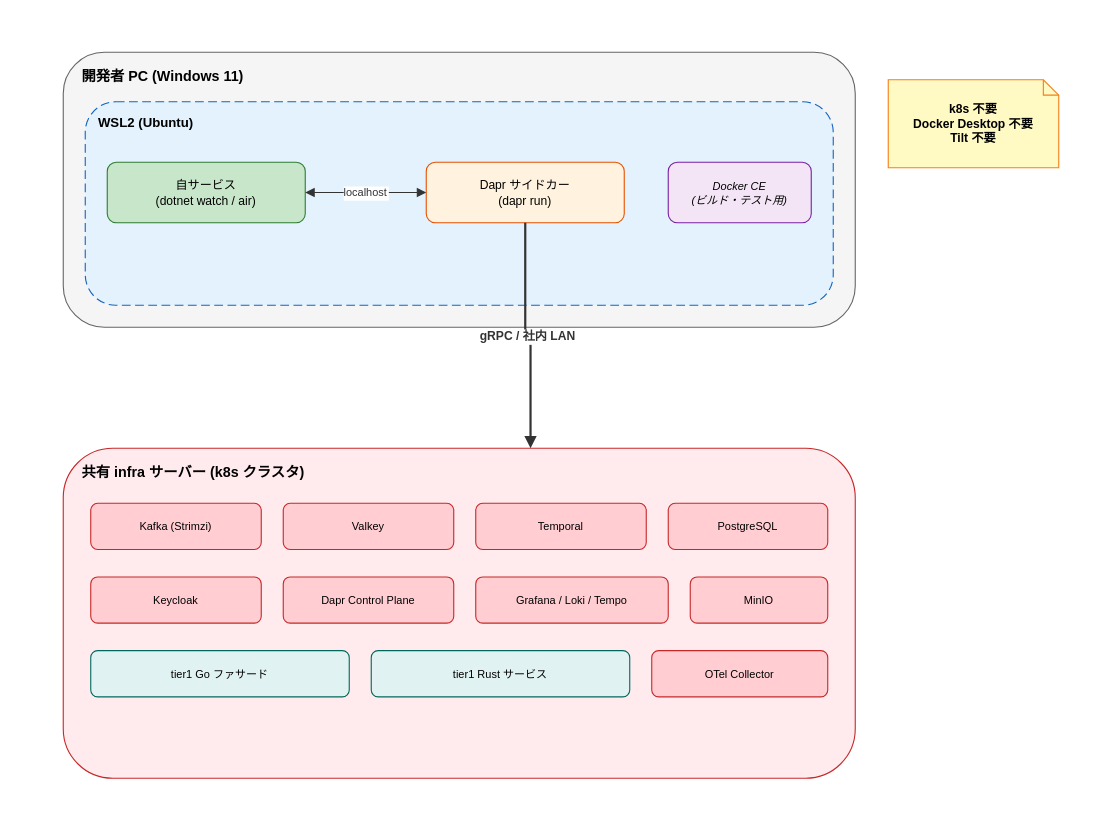
This is docs/01_企画/05_CICDと配信/img/共有開発インフラ構成.drawio from RyuheiKiso/k1s0, a draw.io file, before an edit. Source tidied: cells renumbered, new cells numbered last; positions are measured from the earlier drawing's top-left corner, leaving out a move shared by most shapes. Both pictures are drawn from the tidied source at 110%, with x=0, y=0 at pixel (19, 19).
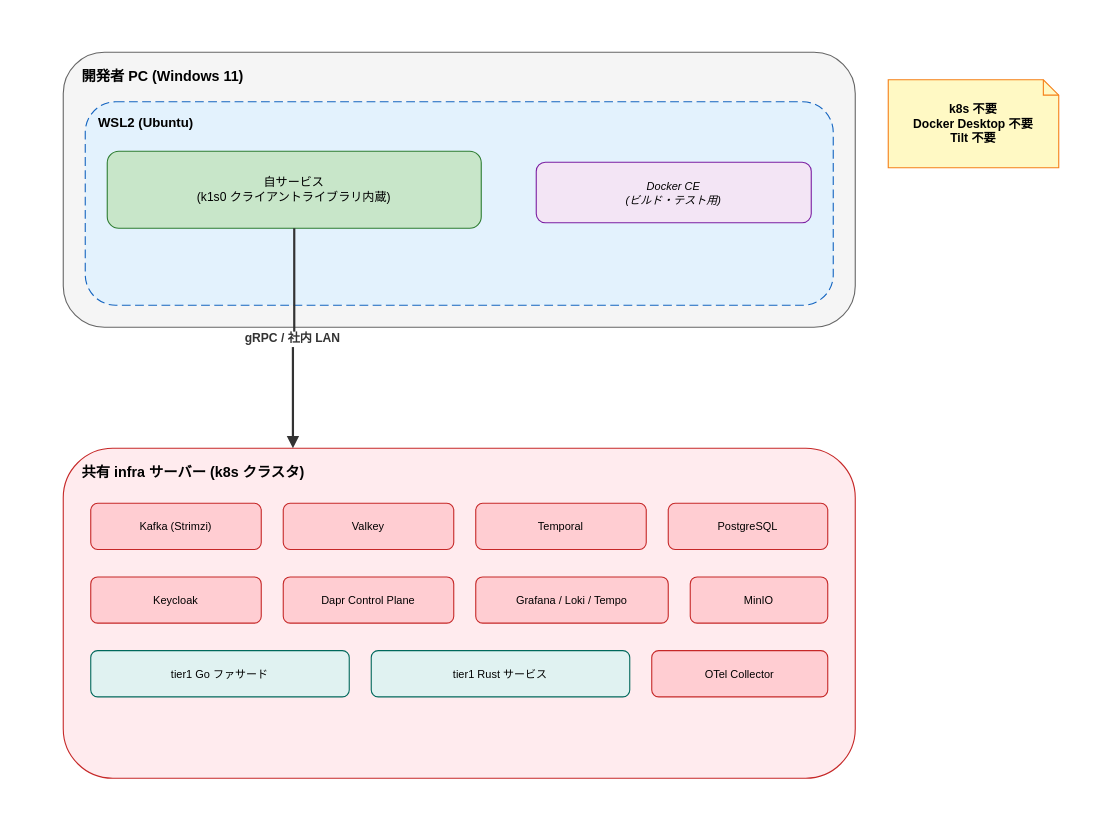
After the change.

The change refers to these unchanged cells:
```xml
<mxCell id="10" value="共有 infra サーバー (k8s クラスタ)" style="rounded=1;whiteSpace=wrap;html=1;fillColor=#FFEBEE;strokeColor=#C62828;fontStyle=1;fontSize=13;verticalAlign=top;align=left;spacingTop=8;spacingLeft=15;" parent="1" vertex="1">
  <mxGeometry x="40" y="390" width="720" height="300" as="geometry" />
</mxCell>
```

Diff of the diagram source:
```diff
@@
-    <mxCell id="5" value="自サービス&#10;(dotnet watch / air)" style="rounded=1;whiteSpace=wrap;html=1;fillColor=#C8E6C9;strokeColor=#2E7D32;fontSize=11;" parent="1" vertex="1">
-      <mxGeometry x="80" y="130" width="180" height="55" as="geometry" />
+    <mxCell id="5" value="自サービス&#10;(k1s0 クライアントライブラリ内蔵)" style="rounded=1;whiteSpace=wrap;html=1;fillColor=#C8E6C9;strokeColor=#2E7D32;fontSize=11;" parent="1" vertex="1">
+      <mxGeometry x="80" y="120" width="340" height="70" as="geometry" />
     </mxCell>
-    <mxCell id="6" value="Dapr サイドカー&#10;(dapr run)" style="rounded=1;whiteSpace=wrap;html=1;fillColor=#FFF3E0;strokeColor=#E65100;fontSize=11;" parent="1" vertex="1">
-      <mxGeometry x="370" y="130" width="180" height="55" as="geometry" />
-    </mxCell>
     <mxCell id="7" value="Docker CE&#10;(ビルド・テスト用)" style="rounded=1;whiteSpace=wrap;html=1;fillColor=#F3E5F5;strokeColor=#7B1FA2;fontSize=10;fontStyle=2;" parent="1" vertex="1">
-      <mxGeometry x="590" y="130" width="130" height="55" as="geometry" />
+      <mxGeometry x="470" y="130" width="250" height="55" as="geometry" />
     </mxCell>
-    <mxCell id="8" value="localhost" style="edgeStyle=orthogonalEdgeStyle;rounded=0;jettySize=auto;exitX=1;exitY=0.5;exitDx=0;exitDy=0;entryX=0;entryY=0.5;entryDx=0;entryDy=0;strokeColor=#333333;fontColor=#333333;fontSize=10;endArrow=block;endFill=1;startArrow=block;startFill=1;strokeWidth=1;" parent="1" edge="1" source="5" target="6">
-      <mxGeometry relative="1" as="geometry" />
-    </mxCell>
@@
-    <mxCell id="22" value="gRPC / 社内 LAN" style="edgeStyle=orthogonalEdgeStyle;rounded=0;jettySize=auto;exitX=0.5;exitY=1;exitDx=0;exitDy=0;entryX=0.59;entryY=0;entryDx=0;entryDy=0;strokeColor=#333333;fontColor=#333333;fontSize=11;fontStyle=1;endArrow=block;endFill=1;strokeWidth=2;" parent="1" edge="1" source="6" target="10">
+    <mxCell id="22" value="gRPC / 社内 LAN" style="edgeStyle=orthogonalEdgeStyle;rounded=0;jettySize=auto;exitX=0.5;exitY=1;exitDx=0;exitDy=0;entryX=0.29;entryY=0;entryDx=0;entryDy=0;strokeColor=#333333;fontColor=#333333;fontSize=11;fontStyle=1;endArrow=block;endFill=1;strokeWidth=2;" parent="1" edge="1" source="5" target="10">
       <mxGeometry relative="1" as="geometry" />
     </mxCell>
```
